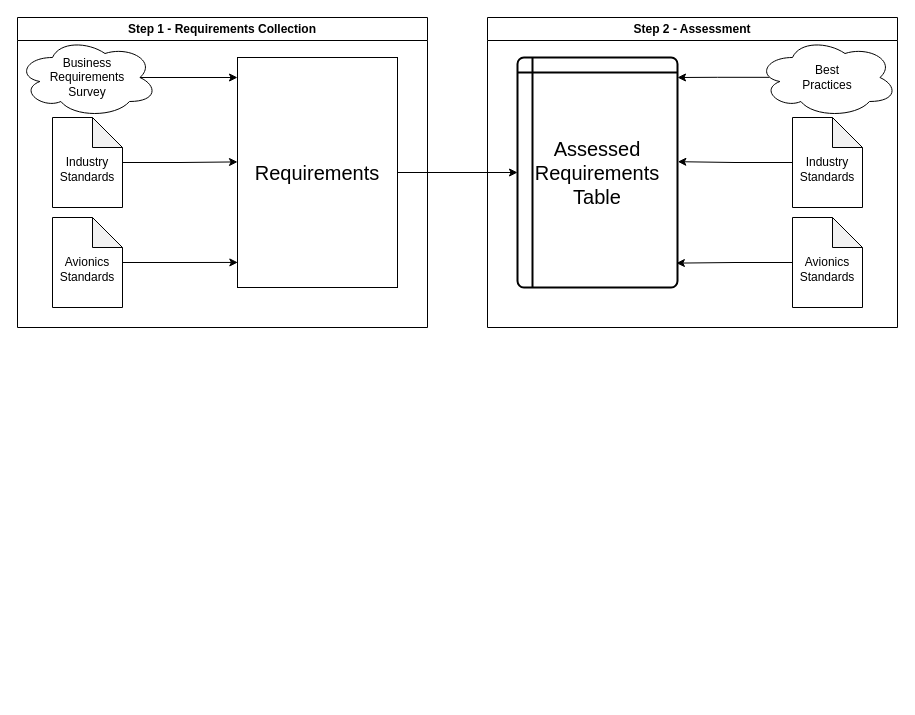
Earlier version of the draw.io diagram Roadmap.drawio (rockseisen/MasterThesisDrawings). Source tidied: cells renumbered, new cells numbered last; positions are measured from the earlier drawing's top-left corner, leaving out a move shared by most shapes. Both pictures are drawn from the tidied source at 100%, with x=0, y=0 at pixel (17, 17).
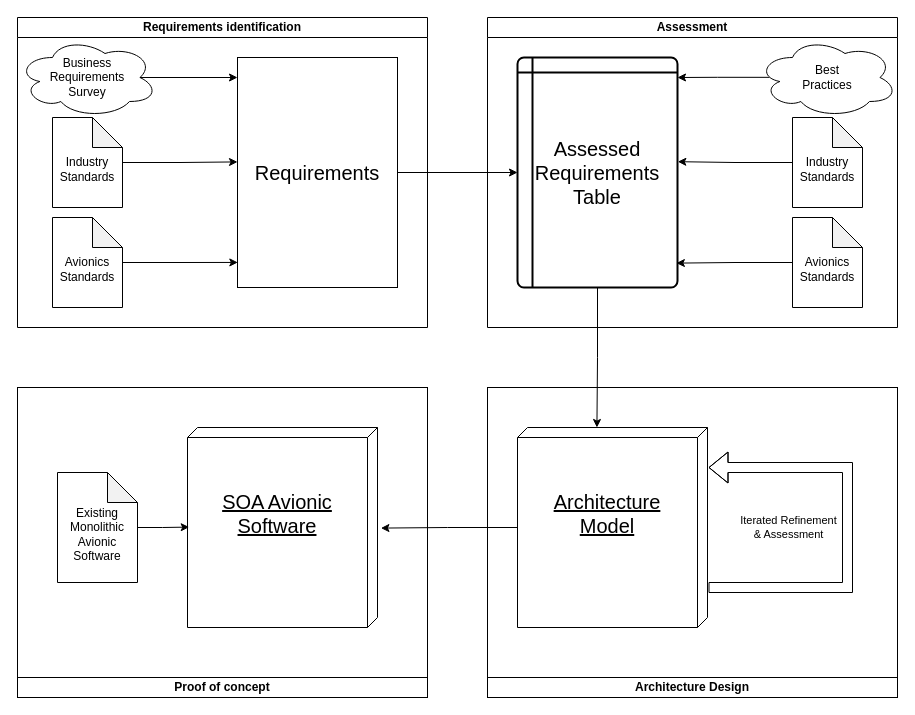
After the change.

The change refers to these unchanged cells:
```xml
<mxCell id="15" value="&lt;font style=&quot;font-size: 20px;&quot;&gt;Assessed&lt;/font&gt;&lt;div&gt;&lt;span style=&quot;font-size: 20px; background-color: initial;&quot;&gt;Requirements&lt;/span&gt;&lt;div&gt;&lt;div&gt;&lt;font style=&quot;font-size: 20px;&quot;&gt;Table&lt;/font&gt;&lt;/div&gt;&lt;/div&gt;&lt;/div&gt;" style="shape=internalStorage;whiteSpace=wrap;html=1;dx=15;dy=15;rounded=1;arcSize=4;strokeWidth=2;" parent="11" vertex="1">
  <mxGeometry x="30" y="40" width="160" height="230" as="geometry" />
</mxCell>
```

Change to the diagram source:
```diff
@@
-    <mxCell id="2" value="Step 1 - Requirements Collection" style="swimlane;whiteSpace=wrap;html=1;" parent="1" vertex="1">
+    <mxCell id="2" value="Requirements identification" style="swimlane;whiteSpace=wrap;html=1;startSize=20;" parent="1" vertex="1">
       <mxGeometry width="410" height="310" as="geometry" />
     </mxCell>
@@
-    <mxCell id="11" value="Step 2 - Assessment" style="swimlane;whiteSpace=wrap;html=1;" parent="1" vertex="1">
+    <mxCell id="11" value="Assessment" style="swimlane;whiteSpace=wrap;html=1;startSize=20;" parent="1" vertex="1">
       <mxGeometry x="470" width="410" height="310" as="geometry" />
     </mxCell>
@@
+    <mxCell id="19" style="edgeStyle=orthogonalEdgeStyle;rounded=0;jettySize=auto;html=1;entryX=0;entryY=0.582;entryDx=0;entryDy=0;entryPerimeter=0;" parent="1" edge="1" source="15" target="31">
+      <mxGeometry relative="1" as="geometry" />
+    </mxCell>
+    <mxCell id="20" style="group;" parent="1" vertex="1">
+      <mxGeometry y="370" width="410" height="310" as="geometry" />
+    </mxCell>
+    <mxCell id="21" style="rounded=0;whiteSpace=wrap;html=1;fillColor=none;" parent="20" vertex="1">
+      <mxGeometry width="410" height="310" as="geometry" />
+    </mxCell>
+    <mxCell id="22" value="&lt;span style=&quot;font-weight: 700;&quot;&gt;Proof of concept&lt;/span&gt;" style="rounded=0;whiteSpace=wrap;html=1;" parent="20" vertex="1">
+      <mxGeometry y="290" width="410" height="20" as="geometry" />
+    </mxCell>
+    <mxCell id="23" value="&lt;div style=&quot;font-size: 20px;&quot;&gt;&lt;font style=&quot;font-size: 20px;&quot;&gt;&lt;br&gt;&lt;/font&gt;&lt;/div&gt;&lt;div style=&quot;font-size: 20px;&quot;&gt;&lt;span style=&quot;background-color: initial;&quot;&gt;&lt;br&gt;&lt;/span&gt;&lt;/div&gt;&lt;div style=&quot;font-size: 20px;&quot;&gt;SOA Avionic Software&lt;/div&gt;" style="verticalAlign=top;align=center;spacingTop=8;spacingLeft=2;spacingRight=12;shape=cube;size=10;direction=south;fontStyle=4;html=1;whiteSpace=wrap;" parent="20" vertex="1">
+      <mxGeometry x="170" y="40" width="190" height="200" as="geometry" />
+    </mxCell>
+    <mxCell id="24" value="&lt;div&gt;&lt;br&gt;&lt;/div&gt;Existing Monolithic Avionic Software" style="shape=note;whiteSpace=wrap;html=1;backgroundOutline=1;darkOpacity=0.05;" parent="20" vertex="1">
+      <mxGeometry x="40" y="85" width="80" height="110" as="geometry" />
+    </mxCell>
+    <mxCell id="25" style="edgeStyle=orthogonalEdgeStyle;rounded=0;jettySize=auto;html=1;entryX=0.498;entryY=0.991;entryDx=0;entryDy=0;entryPerimeter=0;" parent="20" edge="1" source="24" target="23">
+      <mxGeometry relative="1" as="geometry" />
+    </mxCell>
+    <mxCell id="26" style="edgeStyle=orthogonalEdgeStyle;rounded=0;jettySize=auto;html=1;entryX=0.503;entryY=-0.018;entryDx=0;entryDy=0;entryPerimeter=0;" parent="1" edge="1" source="31" target="23">
+      <mxGeometry relative="1" as="geometry" />
+    </mxCell>
+    <mxCell id="27" style="group;" parent="1" vertex="1">
+      <mxGeometry x="470" y="370" width="410" height="310" as="geometry" />
+    </mxCell>
+    <mxCell id="28" style="rounded=0;whiteSpace=wrap;html=1;fillColor=none;" parent="27" vertex="1">
+      <mxGeometry width="410" height="310" as="geometry" />
+    </mxCell>
+    <mxCell id="29" value="&lt;span style=&quot;font-weight: 700;&quot;&gt;Architecture Design&lt;/span&gt;" style="rounded=0;whiteSpace=wrap;html=1;" parent="27" vertex="1">
+      <mxGeometry y="290" width="410" height="20" as="geometry" />
+    </mxCell>
+    <mxCell id="30" style="edgeStyle=orthogonalEdgeStyle;rounded=0;orthogonalLoop=1;jettySize=auto;html=1;entryX=0.498;entryY=0.991;entryDx=0;entryDy=0;entryPerimeter=0;" parent="27" edge="1">
+      <mxGeometry relative="1" as="geometry">
+        <mxPoint x="171.7" y="139.6" as="targetPoint" />
+      </mxGeometry>
+    </mxCell>
+    <mxCell id="31" value="&lt;div style=&quot;font-size: 20px;&quot;&gt;&lt;font style=&quot;font-size: 20px;&quot;&gt;&lt;br&gt;&lt;/font&gt;&lt;/div&gt;&lt;div style=&quot;font-size: 20px;&quot;&gt;&lt;span style=&quot;background-color: initial;&quot;&gt;&lt;br&gt;&lt;/span&gt;&lt;/div&gt;&lt;div style=&quot;font-size: 20px;&quot;&gt;&lt;span style=&quot;background-color: initial;&quot;&gt;Architecture&lt;/span&gt;&lt;/div&gt;&lt;div style=&quot;font-size: 20px;&quot;&gt;&lt;span style=&quot;background-color: initial;&quot;&gt;Model&lt;/span&gt;&lt;/div&gt;" style="verticalAlign=top;align=center;spacingTop=8;spacingLeft=2;spacingRight=12;shape=cube;size=10;direction=south;fontStyle=4;html=1;whiteSpace=wrap;" parent="27" vertex="1">
+      <mxGeometry x="30" y="40" width="190" height="200" as="geometry" />
+    </mxCell>
+    <mxCell id="32" style="endArrow=classic;html=1;rounded=0;edgeStyle=orthogonalEdgeStyle;shape=flexArrow;fillColor=default;" parent="27" edge="1">
+      <mxGeometry relative="1" as="geometry">
+        <mxPoint x="221" y="200" as="sourcePoint" />
+        <mxPoint x="221" y="80" as="targetPoint" />
+        <Array as="points">
+          <mxPoint x="360" y="200" />
+          <mxPoint x="360" y="80" />
+          <mxPoint x="221" y="80" />
+        </Array>
+      </mxGeometry>
+    </mxCell>
+    <mxCell id="33" value="Iterated Refinement&lt;div&gt;&amp;amp; Assessment&lt;/div&gt;" style="edgeLabel;html=1;align=center;verticalAlign=middle;" parent="32" vertex="1">
+      <mxGeometry x="0.08" relative="1" as="geometry">
+        <mxPoint x="-60" y="15" as="offset" />
+      </mxGeometry>
+    </mxCell>
```
